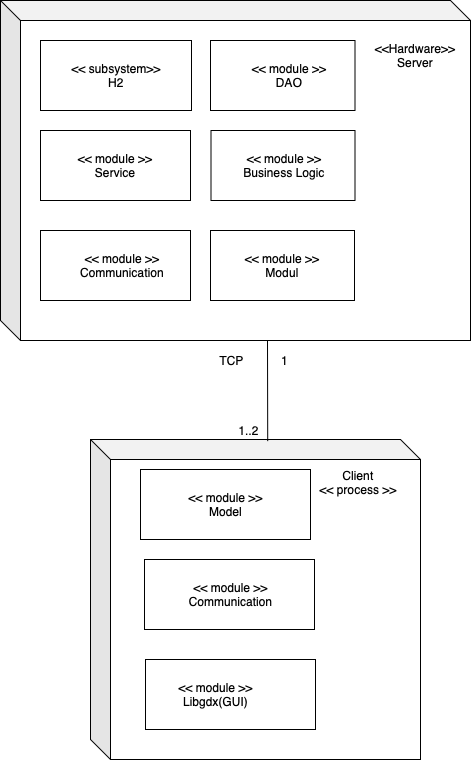
The draw.io diagram docs/Architekturbeschreibung/Ausfuehrungsicht_Diagram.png in ksreyr/SpaceStudio, before a commit. Source tidied: cells renumbered, new cells last; positions are measured from the earlier drawing's top-left corner, leaving out a move shared by most shapes. Its diagram source:
```xml
<mxGraphModel>
  <root>
    <mxCell id="0" />
    <mxCell id="1" parent="0" />
    <mxCell id="2" style="shape=cube;whiteSpace=wrap;html=1;boundedLbl=1;backgroundOutline=1;darkOpacity=0.05;darkOpacity2=0.1;" parent="1" vertex="1">
      <mxGeometry x="90" y="439" width="330" height="320" as="geometry" />
    </mxCell>
    <mxCell id="3" style="shape=cube;whiteSpace=wrap;html=1;boundedLbl=1;backgroundOutline=1;darkOpacity=0.05;darkOpacity2=0.1;" parent="1" vertex="1">
      <mxGeometry width="470" height="340" as="geometry" />
    </mxCell>
    <mxCell id="4" style="rounded=0;orthogonalLoop=1;jettySize=auto;html=1;endArrow=halfCircle;endFill=0;endSize=6;strokeWidth=1;" parent="1" edge="1">
      <mxGeometry relative="1" as="geometry">
        <mxPoint x="390" y="245" as="sourcePoint" />
        <mxPoint x="390" y="245" as="targetPoint" />
      </mxGeometry>
    </mxCell>
    <mxCell id="5" style="endArrow=none;html=1;entryX=0.537;entryY=0.002;entryDx=0;entryDy=0;entryPerimeter=0;" parent="1" edge="1">
      <mxGeometry relative="1" as="geometry">
        <mxPoint x="267" y="340" as="sourcePoint" />
        <mxPoint x="267.2" y="440.6" as="targetPoint" />
      </mxGeometry>
    </mxCell>
    <mxCell id="6" style="rounded=0;whiteSpace=wrap;html=1;" parent="1" vertex="1">
      <mxGeometry x="210" y="40" width="144.5" height="70" as="geometry" />
    </mxCell>
    <mxCell id="7" style="rounded=0;whiteSpace=wrap;html=1;" parent="1" vertex="1">
      <mxGeometry x="40" y="130" width="150" height="70" as="geometry" />
    </mxCell>
    <mxCell id="8" value="&amp;lt;&amp;lt; module &amp;gt;&amp;gt;&lt;br&gt;Service" style="text;html=1;strokeColor=none;fillColor=none;align=center;verticalAlign=middle;whiteSpace=wrap;rounded=0;" parent="1" vertex="1">
      <mxGeometry x="56.5" y="149" width="116" height="32" as="geometry" />
    </mxCell>
    <mxCell id="9" style="rounded=0;orthogonalLoop=1;jettySize=auto;html=1;endArrow=halfCircle;endFill=0;endSize=6;strokeWidth=1;exitX=0.5;exitY=0;exitDx=0;exitDy=0;" parent="1" edge="1">
      <mxGeometry relative="1" as="geometry">
        <mxPoint x="350" y="449" as="sourcePoint" />
        <mxPoint x="350" y="449" as="targetPoint" />
      </mxGeometry>
    </mxCell>
    <mxCell id="10" value="&amp;lt;&amp;lt; module &amp;gt;&amp;gt;&lt;br&gt;DAO" style="text;html=1;strokeColor=none;fillColor=none;align=center;verticalAlign=middle;whiteSpace=wrap;rounded=0;" parent="1" vertex="1">
      <mxGeometry x="233.5" y="50" width="110" height="50" as="geometry" />
    </mxCell>
    <mxCell id="11" value="1" style="text;html=1;align=center;verticalAlign=middle;" parent="1" vertex="1">
      <mxGeometry x="274" y="350" width="20" height="20" as="geometry" />
    </mxCell>
    <mxCell id="12" value="1..2" style="text;html=1;align=center;verticalAlign=middle;" parent="1" vertex="1">
      <mxGeometry x="228" y="420" width="40" height="20" as="geometry" />
    </mxCell>
    <mxCell id="13" style="rounded=0;whiteSpace=wrap;html=1;" parent="1" vertex="1">
      <mxGeometry x="145" y="659" width="170" height="70" as="geometry" />
    </mxCell>
    <mxCell id="14" value="&amp;lt;&amp;lt; module &amp;gt;&amp;gt;&lt;br&gt;Libgdx(GUI)" style="text;html=1;strokeColor=none;fillColor=none;align=center;verticalAlign=middle;whiteSpace=wrap;rounded=0;" parent="1" vertex="1">
      <mxGeometry x="148" y="669" width="135" height="50" as="geometry" />
    </mxCell>
    <mxCell id="15" style="rounded=0;whiteSpace=wrap;html=1;" parent="1" vertex="1">
      <mxGeometry x="144" y="559" width="170" height="70" as="geometry" />
    </mxCell>
    <mxCell id="16" value="&amp;lt;&amp;lt; module &amp;gt;&amp;gt;&lt;br&gt;&lt;div&gt;Communication&lt;/div&gt;" style="text;html=1;strokeColor=none;fillColor=none;align=center;verticalAlign=middle;whiteSpace=wrap;rounded=0;" parent="1" vertex="1">
      <mxGeometry x="163" y="569" width="135" height="50" as="geometry" />
    </mxCell>
    <mxCell id="17" value="&lt;div&gt;TCP&lt;/div&gt;" style="text;html=1;align=center;verticalAlign=middle;" parent="1" vertex="1">
      <mxGeometry x="210.5" y="350" width="40" height="20" as="geometry" />
    </mxCell>
    <mxCell id="18" style="rounded=0;whiteSpace=wrap;html=1;" parent="1" vertex="1">
      <mxGeometry x="40" y="230" width="150" height="70" as="geometry" />
    </mxCell>
    <mxCell id="19" value="&amp;lt;&amp;lt; module &amp;gt;&amp;gt;&lt;br&gt;Communication" style="text;html=1;strokeColor=none;fillColor=none;align=center;verticalAlign=middle;whiteSpace=wrap;rounded=0;" parent="1" vertex="1">
      <mxGeometry x="66.5" y="240" width="110" height="50" as="geometry" />
    </mxCell>
    <mxCell id="20" style="rounded=0;whiteSpace=wrap;html=1;" parent="1" vertex="1">
      <mxGeometry x="40" y="40" width="151" height="70" as="geometry" />
    </mxCell>
    <mxCell id="21" value="&amp;lt;&amp;lt; subsystem&amp;gt;&amp;gt;&lt;br&gt;H2" style="text;html=1;strokeColor=none;fillColor=none;align=center;verticalAlign=middle;whiteSpace=wrap;rounded=0;" parent="1" vertex="1">
      <mxGeometry x="60.5" y="50" width="110" height="50" as="geometry" />
    </mxCell>
    <mxCell id="22" value="&lt;div&gt;&amp;lt;&amp;lt;Hardware&amp;gt;&amp;gt;&lt;/div&gt;&lt;div&gt;Server&lt;br&gt;&lt;/div&gt;" style="text;html=1;strokeColor=none;fillColor=none;align=center;verticalAlign=middle;whiteSpace=wrap;rounded=0;" parent="1" vertex="1">
      <mxGeometry x="370" y="30" width="90" height="50" as="geometry" />
    </mxCell>
    <mxCell id="23" style="rounded=0;whiteSpace=wrap;html=1;" parent="1" vertex="1">
      <mxGeometry x="210.5" y="130" width="144" height="70" as="geometry" />
    </mxCell>
    <mxCell id="24" value="&amp;lt;&amp;lt; module &amp;gt;&amp;gt;&lt;br&gt;Business Logic" style="text;html=1;strokeColor=none;fillColor=none;align=center;verticalAlign=middle;whiteSpace=wrap;rounded=0;" parent="1" vertex="1">
      <mxGeometry x="226" y="149" width="116" height="32" as="geometry" />
    </mxCell>
    <mxCell id="25" value="Client&lt;br&gt;&amp;lt;&amp;lt; process &amp;gt;&amp;gt;&lt;br&gt;&lt;div&gt;&lt;br&gt;&lt;/div&gt;&lt;div&gt;&lt;br&gt;&lt;/div&gt;" style="text;html=1;strokeColor=none;fillColor=none;align=center;verticalAlign=middle;whiteSpace=wrap;rounded=0;" parent="1" vertex="1">
      <mxGeometry x="310" y="486" width="96" height="20" as="geometry" />
    </mxCell>
    <mxCell id="26" style="rounded=0;whiteSpace=wrap;html=1;" parent="1" vertex="1">
      <mxGeometry x="210" y="230" width="144" height="70" as="geometry" />
    </mxCell>
    <mxCell id="27" value="&amp;lt;&amp;lt; module &amp;gt;&amp;gt;&lt;br&gt;Modul" style="text;html=1;strokeColor=none;fillColor=none;align=center;verticalAlign=middle;whiteSpace=wrap;rounded=0;" parent="1" vertex="1">
      <mxGeometry x="223.5" y="249" width="116" height="32" as="geometry" />
    </mxCell>
    <mxCell id="28" style="rounded=0;whiteSpace=wrap;html=1;" parent="1" vertex="1">
      <mxGeometry x="140" y="469" width="170" height="70" as="geometry" />
    </mxCell>
    <mxCell id="29" value="&amp;lt;&amp;lt; module &amp;gt;&amp;gt;&lt;br&gt;&lt;div&gt;Model&lt;/div&gt;" style="text;html=1;strokeColor=none;fillColor=none;align=center;verticalAlign=middle;whiteSpace=wrap;rounded=0;" parent="1" vertex="1">
      <mxGeometry x="157.5" y="479" width="135" height="50" as="geometry" />
    </mxCell>
  </root>
</mxGraphModel>
```
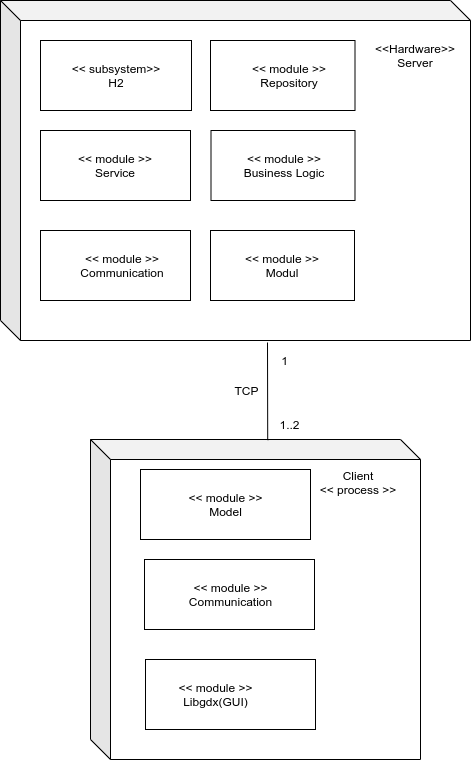
The same diagram one commit later.

Commit message:
Update graphic with Repository

Change to the diagram source:
```diff
@@ -2,96 +2,95 @@
   <root>
     <mxCell id="0" />
     <mxCell id="1" parent="0" />
-    <mxCell id="2" style="shape=cube;whiteSpace=wrap;html=1;boundedLbl=1;backgroundOutline=1;darkOpacity=0.05;darkOpacity2=0.1;" parent="1" vertex="1">
-      <mxGeometry x="90" y="439" width="330" height="320" as="geometry" />
-    </mxCell>
-    <mxCell id="3" style="shape=cube;whiteSpace=wrap;html=1;boundedLbl=1;backgroundOutline=1;darkOpacity=0.05;darkOpacity2=0.1;" parent="1" vertex="1">
-      <mxGeometry width="470" height="340" as="geometry" />
-    </mxCell>
-    <mxCell id="4" style="rounded=0;orthogonalLoop=1;jettySize=auto;html=1;endArrow=halfCircle;endFill=0;endSize=6;strokeWidth=1;" parent="1" edge="1">
-      <mxGeometry relative="1" as="geometry">
-        <mxPoint x="390" y="245" as="sourcePoint" />
-        <mxPoint x="390" y="245" as="targetPoint" />
-      </mxGeometry>
-    </mxCell>
-    <mxCell id="5" style="endArrow=none;html=1;entryX=0.537;entryY=0.002;entryDx=0;entryDy=0;entryPerimeter=0;" parent="1" edge="1">
-      <mxGeometry relative="1" as="geometry">
-        <mxPoint x="267" y="340" as="sourcePoint" />
-        <mxPoint x="267.2" y="440.6" as="targetPoint" />
-      </mxGeometry>
-    </mxCell>
-    <mxCell id="6" style="rounded=0;whiteSpace=wrap;html=1;" parent="1" vertex="1">
-      <mxGeometry x="210" y="40" width="144.5" height="70" as="geometry" />
-    </mxCell>
-    <mxCell id="7" style="rounded=0;whiteSpace=wrap;html=1;" parent="1" vertex="1">
-      <mxGeometry x="40" y="130" width="150" height="70" as="geometry" />
-    </mxCell>
+    <mxCell id="30" style="shape=cube;whiteSpace=wrap;html=1;boundedLbl=1;backgroundOutline=1;darkOpacity=0.05;darkOpacity2=0.1;" parent="1" vertex="1">
+      <mxGeometry x="90" y="439" width="330" height="320" as="geometry" />
+    </mxCell>
+    <mxCell id="31" style="shape=cube;whiteSpace=wrap;html=1;boundedLbl=1;backgroundOutline=1;darkOpacity=0.05;darkOpacity2=0.1;" parent="1" vertex="1">
+      <mxGeometry width="470" height="340" as="geometry" />
+    </mxCell>
+    <mxCell id="32" style="rounded=0;orthogonalLoop=1;jettySize=auto;html=1;endArrow=halfCircle;endFill=0;endSize=6;strokeWidth=1;" parent="1" edge="1">
+      <mxGeometry relative="1" as="geometry">
+        <mxPoint x="390" y="245" as="sourcePoint" />
+        <mxPoint x="390" y="245" as="targetPoint" />
+      </mxGeometry>
+    </mxCell>
+    <mxCell id="33" style="endArrow=none;html=1;entryX=0.537;entryY=0.002;entryDx=0;entryDy=0;entryPerimeter=0;" parent="1" edge="1" target="30">
+      <mxGeometry relative="1" as="geometry">
+        <mxPoint x="267" y="342" as="sourcePoint" />
+      </mxGeometry>
+    </mxCell>
+    <mxCell id="34" style="rounded=0;whiteSpace=wrap;html=1;" parent="1" vertex="1">
+      <mxGeometry x="210" y="40" width="144.5" height="70" as="geometry" />
+    </mxCell>
+    <mxCell id="35" style="rounded=0;whiteSpace=wrap;html=1;" parent="1" vertex="1">
+      <mxGeometry x="40" y="130" width="150" height="70" as="geometry" />
+    </mxCell>
     <mxCell id="8" value="&amp;lt;&amp;lt; module &amp;gt;&amp;gt;&lt;br&gt;Service" style="text;html=1;strokeColor=none;fillColor=none;align=center;verticalAlign=middle;whiteSpace=wrap;rounded=0;" parent="1" vertex="1">
       <mxGeometry x="56.5" y="149" width="116" height="32" as="geometry" />
     </mxCell>
-    <mxCell id="9" style="rounded=0;orthogonalLoop=1;jettySize=auto;html=1;endArrow=halfCircle;endFill=0;endSize=6;strokeWidth=1;exitX=0.5;exitY=0;exitDx=0;exitDy=0;" parent="1" edge="1">
-      <mxGeometry relative="1" as="geometry">
-        <mxPoint x="350" y="449" as="sourcePoint" />
-        <mxPoint x="350" y="449" as="targetPoint" />
-      </mxGeometry>
-    </mxCell>
-    <mxCell id="10" value="&amp;lt;&amp;lt; module &amp;gt;&amp;gt;&lt;br&gt;DAO" style="text;html=1;strokeColor=none;fillColor=none;align=center;verticalAlign=middle;whiteSpace=wrap;rounded=0;" parent="1" vertex="1">
-      <mxGeometry x="233.5" y="50" width="110" height="50" as="geometry" />
-    </mxCell>
+    <mxCell id="36" style="rounded=0;orthogonalLoop=1;jettySize=auto;html=1;endArrow=halfCircle;endFill=0;endSize=6;strokeWidth=1;exitX=0.5;exitY=0;exitDx=0;exitDy=0;" parent="1" edge="1">
+      <mxGeometry relative="1" as="geometry">
+        <mxPoint x="350" y="449" as="sourcePoint" />
+        <mxPoint x="350" y="449" as="targetPoint" />
+      </mxGeometry>
+    </mxCell>
+    <mxCell id="37" value="&amp;lt;&amp;lt; module &amp;gt;&amp;gt;&lt;br&gt;Repository" style="text;html=1;strokeColor=none;fillColor=none;align=center;verticalAlign=middle;whiteSpace=wrap;rounded=0;" parent="1" vertex="1">
+      <mxGeometry x="233.5" y="50" width="110" height="50" as="geometry" />
+    </mxCell>
     <mxCell id="11" value="1" style="text;html=1;align=center;verticalAlign=middle;" parent="1" vertex="1">
       <mxGeometry x="274" y="350" width="20" height="20" as="geometry" />
     </mxCell>
     <mxCell id="12" value="1..2" style="text;html=1;align=center;verticalAlign=middle;" parent="1" vertex="1">
-      <mxGeometry x="228" y="420" width="40" height="20" as="geometry" />
+      <mxGeometry x="268.5" y="414" width="40" height="20" as="geometry" />
     </mxCell>
-    <mxCell id="13" style="rounded=0;whiteSpace=wrap;html=1;" parent="1" vertex="1">
-      <mxGeometry x="145" y="659" width="170" height="70" as="geometry" />
-    </mxCell>
+    <mxCell id="38" style="rounded=0;whiteSpace=wrap;html=1;" parent="1" vertex="1">
+      <mxGeometry x="145" y="659" width="170" height="70" as="geometry" />
+    </mxCell>
     <mxCell id="14" value="&amp;lt;&amp;lt; module &amp;gt;&amp;gt;&lt;br&gt;Libgdx(GUI)" style="text;html=1;strokeColor=none;fillColor=none;align=center;verticalAlign=middle;whiteSpace=wrap;rounded=0;" parent="1" vertex="1">
       <mxGeometry x="148" y="669" width="135" height="50" as="geometry" />
     </mxCell>
-    <mxCell id="15" style="rounded=0;whiteSpace=wrap;html=1;" parent="1" vertex="1">
-      <mxGeometry x="144" y="559" width="170" height="70" as="geometry" />
-    </mxCell>
+    <mxCell id="39" style="rounded=0;whiteSpace=wrap;html=1;" parent="1" vertex="1">
+      <mxGeometry x="144" y="559" width="170" height="70" as="geometry" />
+    </mxCell>
     <mxCell id="16" value="&amp;lt;&amp;lt; module &amp;gt;&amp;gt;&lt;br&gt;&lt;div&gt;Communication&lt;/div&gt;" style="text;html=1;strokeColor=none;fillColor=none;align=center;verticalAlign=middle;whiteSpace=wrap;rounded=0;" parent="1" vertex="1">
       <mxGeometry x="163" y="569" width="135" height="50" as="geometry" />
     </mxCell>
     <mxCell id="17" value="&lt;div&gt;TCP&lt;/div&gt;" style="text;html=1;align=center;verticalAlign=middle;" parent="1" vertex="1">
-      <mxGeometry x="210.5" y="350" width="40" height="20" as="geometry" />
+      <mxGeometry x="226" y="380" width="40" height="20" as="geometry" />
     </mxCell>
-    <mxCell id="18" style="rounded=0;whiteSpace=wrap;html=1;" parent="1" vertex="1">
-      <mxGeometry x="40" y="230" width="150" height="70" as="geometry" />
-    </mxCell>
+    <mxCell id="40" style="rounded=0;whiteSpace=wrap;html=1;" parent="1" vertex="1">
+      <mxGeometry x="40" y="230" width="150" height="70" as="geometry" />
+    </mxCell>
     <mxCell id="19" value="&amp;lt;&amp;lt; module &amp;gt;&amp;gt;&lt;br&gt;Communication" style="text;html=1;strokeColor=none;fillColor=none;align=center;verticalAlign=middle;whiteSpace=wrap;rounded=0;" parent="1" vertex="1">
       <mxGeometry x="66.5" y="240" width="110" height="50" as="geometry" />
     </mxCell>
-    <mxCell id="20" style="rounded=0;whiteSpace=wrap;html=1;" parent="1" vertex="1">
-      <mxGeometry x="40" y="40" width="151" height="70" as="geometry" />
-    </mxCell>
+    <mxCell id="41" style="rounded=0;whiteSpace=wrap;html=1;" parent="1" vertex="1">
+      <mxGeometry x="40" y="40" width="151" height="70" as="geometry" />
+    </mxCell>
     <mxCell id="21" value="&amp;lt;&amp;lt; subsystem&amp;gt;&amp;gt;&lt;br&gt;H2" style="text;html=1;strokeColor=none;fillColor=none;align=center;verticalAlign=middle;whiteSpace=wrap;rounded=0;" parent="1" vertex="1">
       <mxGeometry x="60.5" y="50" width="110" height="50" as="geometry" />
     </mxCell>
     <mxCell id="22" value="&lt;div&gt;&amp;lt;&amp;lt;Hardware&amp;gt;&amp;gt;&lt;/div&gt;&lt;div&gt;Server&lt;br&gt;&lt;/div&gt;" style="text;html=1;strokeColor=none;fillColor=none;align=center;verticalAlign=middle;whiteSpace=wrap;rounded=0;" parent="1" vertex="1">
       <mxGeometry x="370" y="30" width="90" height="50" as="geometry" />
     </mxCell>
-    <mxCell id="23" style="rounded=0;whiteSpace=wrap;html=1;" parent="1" vertex="1">
-      <mxGeometry x="210.5" y="130" width="144" height="70" as="geometry" />
-    </mxCell>
+    <mxCell id="42" style="rounded=0;whiteSpace=wrap;html=1;" parent="1" vertex="1">
+      <mxGeometry x="210.5" y="130" width="144" height="70" as="geometry" />
+    </mxCell>
     <mxCell id="24" value="&amp;lt;&amp;lt; module &amp;gt;&amp;gt;&lt;br&gt;Business Logic" style="text;html=1;strokeColor=none;fillColor=none;align=center;verticalAlign=middle;whiteSpace=wrap;rounded=0;" parent="1" vertex="1">
       <mxGeometry x="226" y="149" width="116" height="32" as="geometry" />
     </mxCell>
     <mxCell id="25" value="Client&lt;br&gt;&amp;lt;&amp;lt; process &amp;gt;&amp;gt;&lt;br&gt;&lt;div&gt;&lt;br&gt;&lt;/div&gt;&lt;div&gt;&lt;br&gt;&lt;/div&gt;" style="text;html=1;strokeColor=none;fillColor=none;align=center;verticalAlign=middle;whiteSpace=wrap;rounded=0;" parent="1" vertex="1">
       <mxGeometry x="310" y="486" width="96" height="20" as="geometry" />
     </mxCell>
-    <mxCell id="26" style="rounded=0;whiteSpace=wrap;html=1;" parent="1" vertex="1">
-      <mxGeometry x="210" y="230" width="144" height="70" as="geometry" />
-    </mxCell>
+    <mxCell id="43" style="rounded=0;whiteSpace=wrap;html=1;" parent="1" vertex="1">
+      <mxGeometry x="210" y="230" width="144" height="70" as="geometry" />
+    </mxCell>
     <mxCell id="27" value="&amp;lt;&amp;lt; module &amp;gt;&amp;gt;&lt;br&gt;Modul" style="text;html=1;strokeColor=none;fillColor=none;align=center;verticalAlign=middle;whiteSpace=wrap;rounded=0;" parent="1" vertex="1">
       <mxGeometry x="223.5" y="249" width="116" height="32" as="geometry" />
     </mxCell>
-    <mxCell id="28" style="rounded=0;whiteSpace=wrap;html=1;" parent="1" vertex="1">
-      <mxGeometry x="140" y="469" width="170" height="70" as="geometry" />
-    </mxCell>
+    <mxCell id="44" style="rounded=0;whiteSpace=wrap;html=1;" parent="1" vertex="1">
+      <mxGeometry x="140" y="469" width="170" height="70" as="geometry" />
+    </mxCell>
     <mxCell id="29" value="&amp;lt;&amp;lt; module &amp;gt;&amp;gt;&lt;br&gt;&lt;div&gt;Model&lt;/div&gt;" style="text;html=1;strokeColor=none;fillColor=none;align=center;verticalAlign=middle;whiteSpace=wrap;rounded=0;" parent="1" vertex="1">
       <mxGeometry x="157.5" y="479" width="135" height="50" as="geometry" />
     </mxCell>
```
